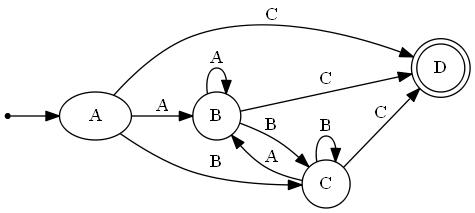
This is View/Determinista.gv.png from FabianPalacios/Automatas, a Graphviz export, as it was before one commit. Its source is kept beside it as View/Determinista.gv.
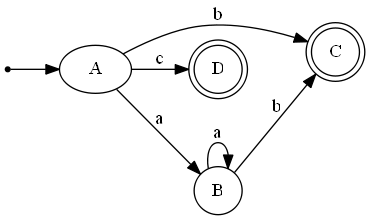
The same file after the commit.

The edit, as a diff of the source:
```diff
@@ -3,15 +3,13 @@
 	ini [shape=point]
 	ini -> A
 	node [shape=doublecircle]
+	C
+	node [shape=doublecircle]
 	D
 	node [shape=circle]
-	A -> B [label=A]
-	A -> C [label=B]
-	A -> D [label=C]
-	B -> B [label=A]
-	B -> C [label=B]
-	B -> D [label=C]
-	C -> B [label=A]
-	C -> C [label=B]
-	C -> D [label=C]
+	A -> B [label=a]
+	A -> C [label=b]
+	A -> D [label=c]
+	B -> B [label=a]
+	B -> C [label=b]
 }
```
